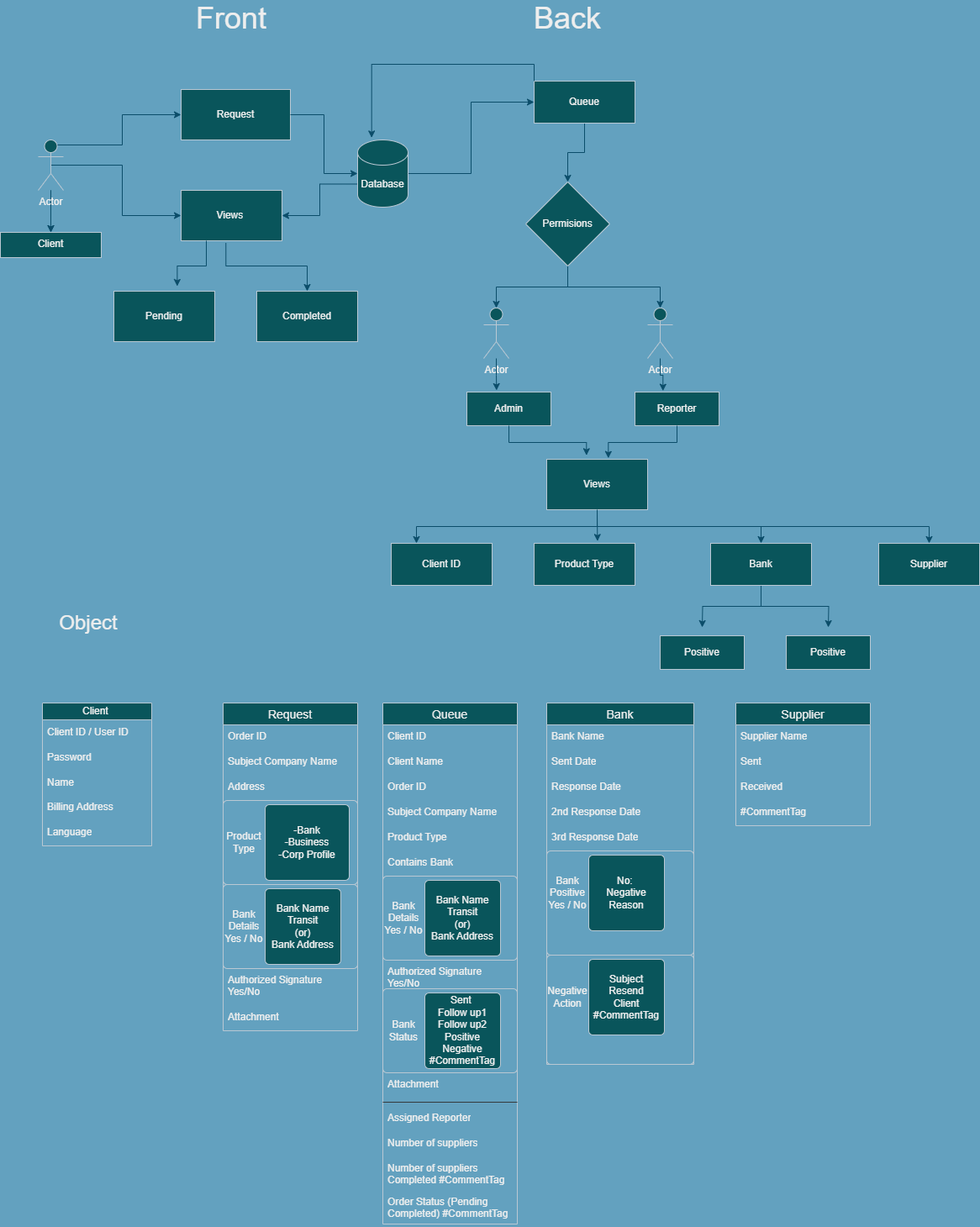
The draw.io diagram Ticket Project.drawio.png in Sara-code420/Ticket-ProcessProject, before a commit. Source tidied: cells renumbered, new cells last; positions are measured from the earlier drawing's top-left corner, leaving out a move shared by most shapes.
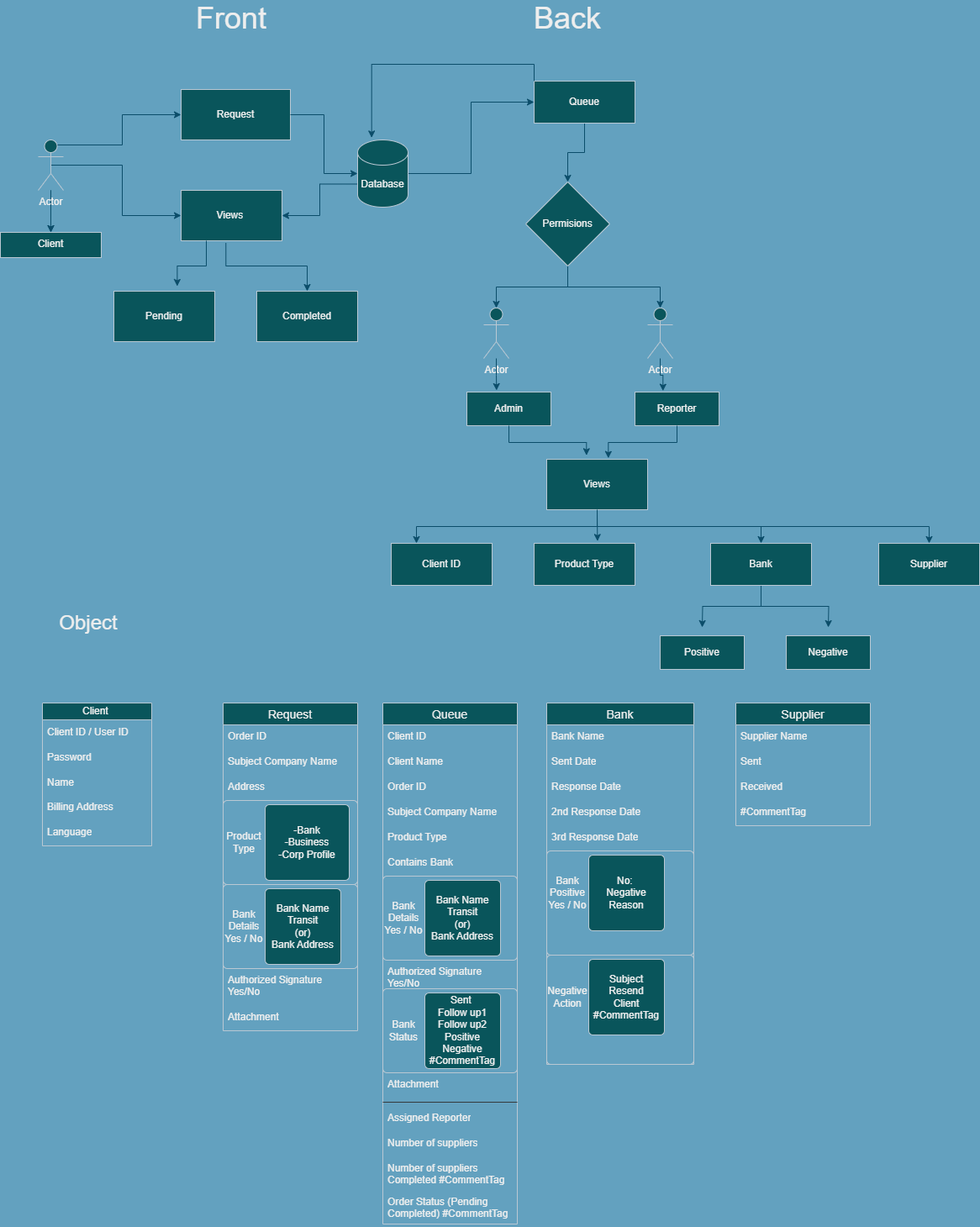
After the change.

What changed in the source:
```diff
@@ -252,7 +252,7 @@
     <mxCell id="83" value="Positive" style="rounded=0;whiteSpace=wrap;html=1;strokeColor=#BAC8D3;fontColor=#EEEEEE;fillColor=#09555B;" parent="1" vertex="1">
       <mxGeometry x="785" y="750" width="100" height="40" as="geometry" />
     </mxCell>
-    <mxCell id="84" value="Positive" style="rounded=0;whiteSpace=wrap;html=1;strokeColor=#BAC8D3;fontColor=#EEEEEE;fillColor=#09555B;" parent="1" vertex="1">
+    <mxCell id="84" value="Negative" style="rounded=0;whiteSpace=wrap;html=1;strokeColor=#BAC8D3;fontColor=#EEEEEE;fillColor=#09555B;" parent="1" vertex="1">
       <mxGeometry x="935" y="750" width="100" height="40" as="geometry" />
     </mxCell>
     <mxCell id="85" value="Bank" style="swimlane;fontStyle=0;horizontal=1;startSize=26;align=center;fontSize=14;strokeColor=#BAC8D3;fontColor=#EEEEEE;fillColor=#09555B;" parent="1" vertex="1">
```
